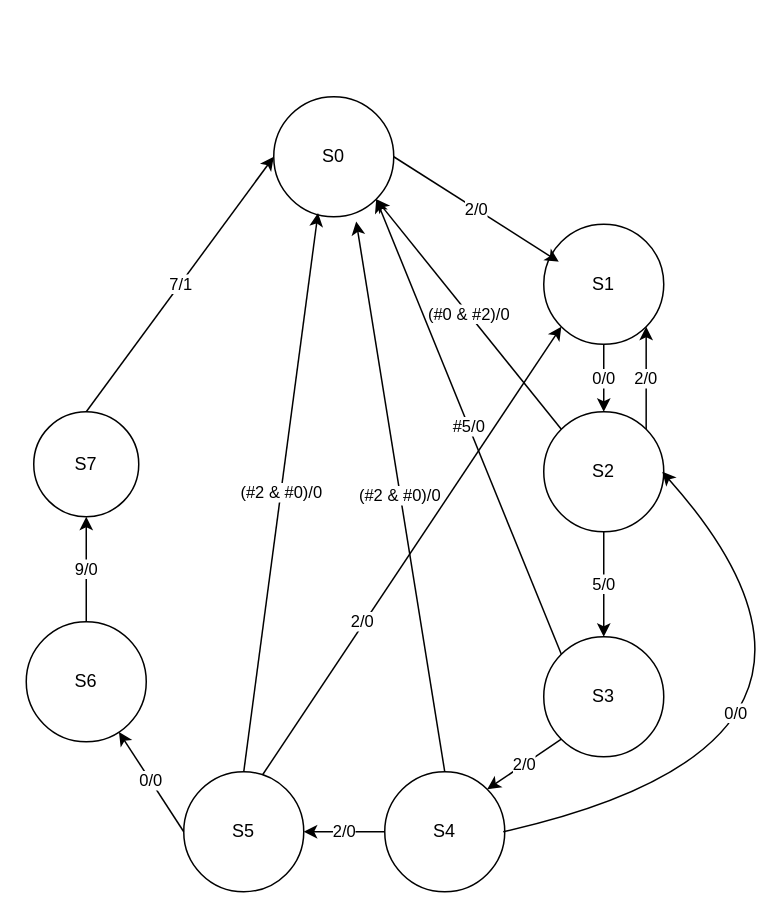
The draw.io diagram btthhemlab2.drawio in UIT20522097/UIT20522097.github.io, before the edit. Source tidied: cells renumbered, new cells numbered last; positions are measured from the earlier drawing's top-left corner, leaving out a move shared by most shapes. Both pictures are drawn from the tidied source at 150%, with x=0, y=0 at pixel (26, 96).
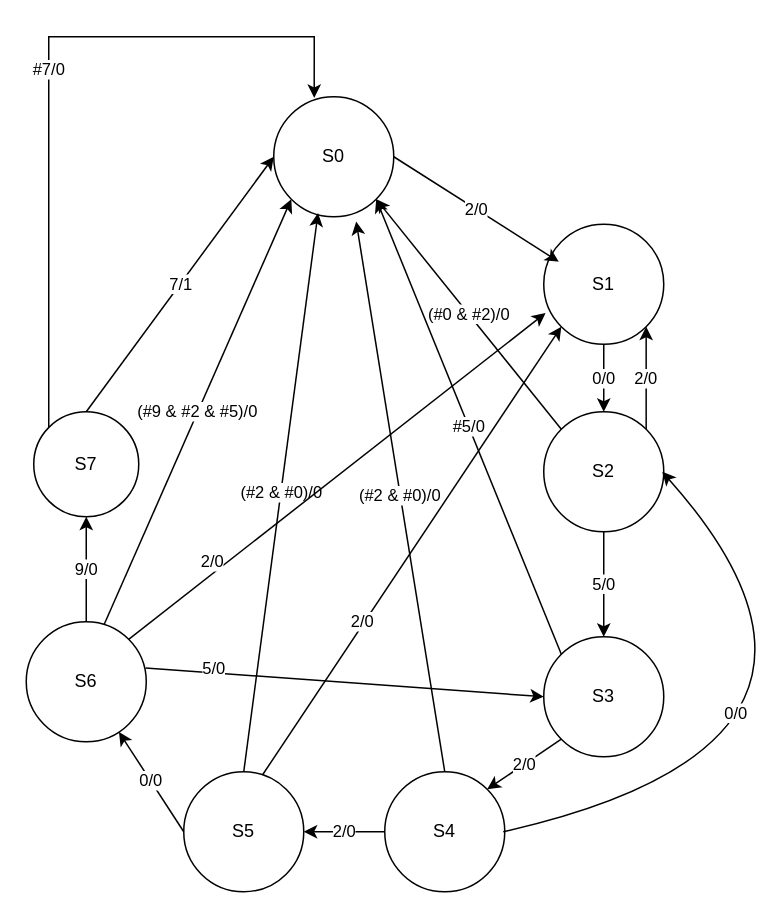
After the change.

The change refers to these unchanged cells:
```xml
<mxCell id="2" value="S0" style="ellipse;whiteSpace=wrap;html=1;" parent="1" vertex="1">
  <mxGeometry x="165" width="80" height="80" as="geometry" />
</mxCell>
<mxCell id="4" value="S1" style="ellipse;whiteSpace=wrap;html=1;" parent="1" vertex="1">
  <mxGeometry x="345" y="85" width="80" height="80" as="geometry" />
</mxCell>
<mxCell id="8" value="S7" style="ellipse;whiteSpace=wrap;html=1;" parent="1" vertex="1">
  <mxGeometry x="5" y="210" width="70" height="70" as="geometry" />
</mxCell>
<mxCell id="9" value="S3" style="ellipse;whiteSpace=wrap;html=1;" parent="1" vertex="1">
  <mxGeometry x="345" y="360" width="80" height="80" as="geometry" />
</mxCell>
<mxCell id="11" value="S6" style="ellipse;whiteSpace=wrap;html=1;" parent="1" vertex="1">
  <mxGeometry y="350" width="80" height="80" as="geometry" />
</mxCell>
```

Diff of the diagram source:
```diff
@@
+    <mxCell id="25" value="#7/0" style="edgeStyle=orthogonalEdgeStyle;rounded=0;jettySize=auto;html=1;entryX=0.337;entryY=0.01;entryDx=0;entryDy=0;entryPerimeter=0;" parent="1" edge="1" source="8" target="2">
+      <mxGeometry relative="1" as="geometry">
+        <Array as="points">
+          <mxPoint x="15" y="-40" />
+          <mxPoint x="192" y="-40" />
+        </Array>
+      </mxGeometry>
+    </mxCell>
@@
+    <mxCell id="26" value="2/0" style="endArrow=classic;html=1;rounded=0;exitX=1;exitY=0;exitDx=0;exitDy=0;entryX=0.015;entryY=0.74;entryDx=0;entryDy=0;entryPerimeter=0;" parent="1" edge="1" source="11" target="4">
+      <mxGeometry x="-0.57" y="6" relative="1" as="geometry" />
+    </mxCell>
+    <mxCell id="27" value="(#9 &amp;amp; #2 &amp;amp; #5)/0" style="endArrow=classic;html=1;rounded=0;exitX=0.65;exitY=0.021;exitDx=0;exitDy=0;exitPerimeter=0;entryX=0;entryY=1;entryDx=0;entryDy=0;" parent="1" edge="1" source="11" target="2">
+      <mxGeometry relative="1" as="geometry" />
+    </mxCell>
+    <mxCell id="28" value="5/0" style="endArrow=classic;html=1;rounded=0;exitX=0.994;exitY=0.385;exitDx=0;exitDy=0;exitPerimeter=0;entryX=0;entryY=0.5;entryDx=0;entryDy=0;" parent="1" edge="1" source="11" target="9">
+      <mxGeometry x="-0.66" y="3" relative="1" as="geometry" />
+    </mxCell>
```
